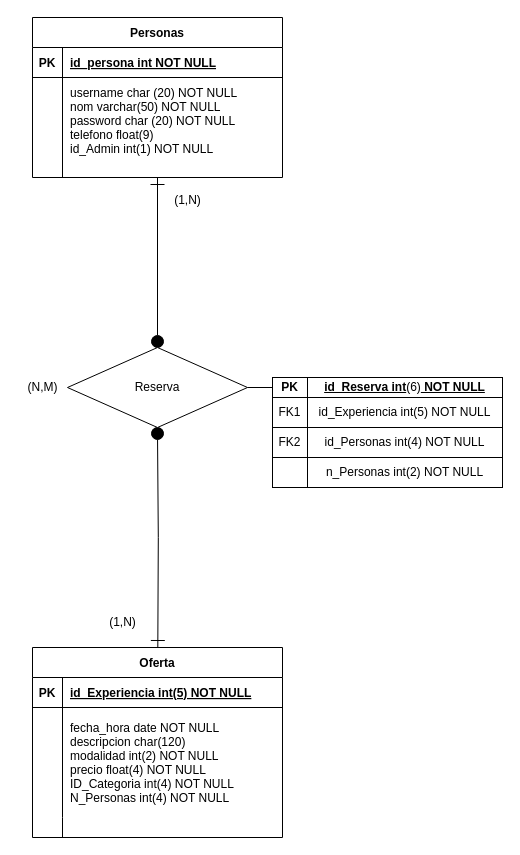
Earlier version of the draw.io diagram Diagramas/Diagrama_ER_XaJo.drawio (joam6/Sailing_XaJo). Source tidied: cells renumbered, new cells numbered last; positions are measured from the earlier drawing's top-left corner, leaving out a move shared by most shapes. Both pictures are drawn from the tidied source at 100%, with x=0, y=0 at pixel (17, 17).
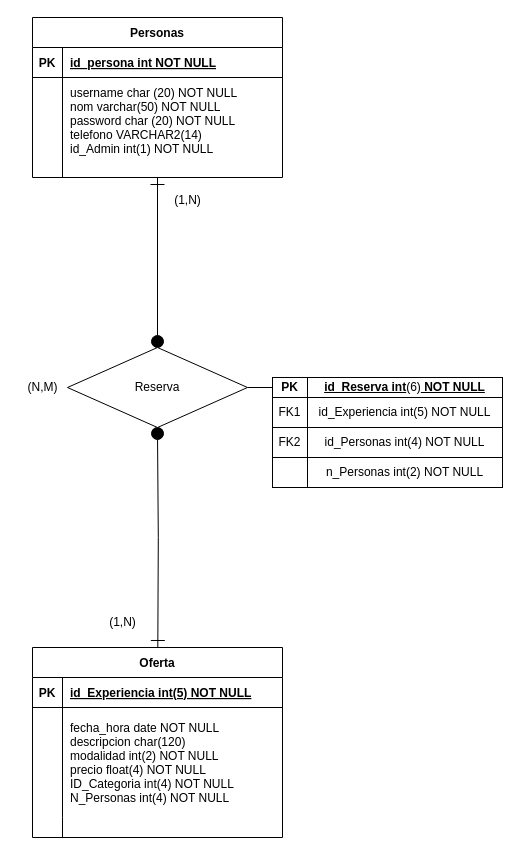
Above is the later version.

Unchanged cells that the change refers to:
```xml
<mxCell id="18" style="shape=partialRectangle;fillColor=none;top=0;left=0;right=0;bottom=0;" parent="14" vertex="1">
  <mxGeometry y="60" width="250" height="100" as="geometry" />
</mxCell>
```

Diff of the diagram source:
```diff
@@
-    <mxCell id="20" value="username char (20) NOT NULL&#10;nom varchar(50) NOT NULL&#10;password char (20) NOT NULL&#10;telefono float(9)&#10;id_Admin int(1) NOT NULL&#10;" style="shape=partialRectangle;overflow=hidden;fillColor=none;top=0;left=0;bottom=0;right=0;align=left;spacingLeft=6;" parent="18" vertex="1">
+    <mxCell id="20" value="username char (20) NOT NULL&#10;nom varchar(50) NOT NULL&#10;password char (20) NOT NULL&#10;telefono VARCHAR2(14)&#10;id_Admin int(1) NOT NULL&#10;" style="shape=partialRectangle;overflow=hidden;fillColor=none;top=0;left=0;bottom=0;right=0;align=left;spacingLeft=6;" parent="18" vertex="1">
       <mxGeometry x="30" width="220" height="100" as="geometry" />
     </mxCell>
```
